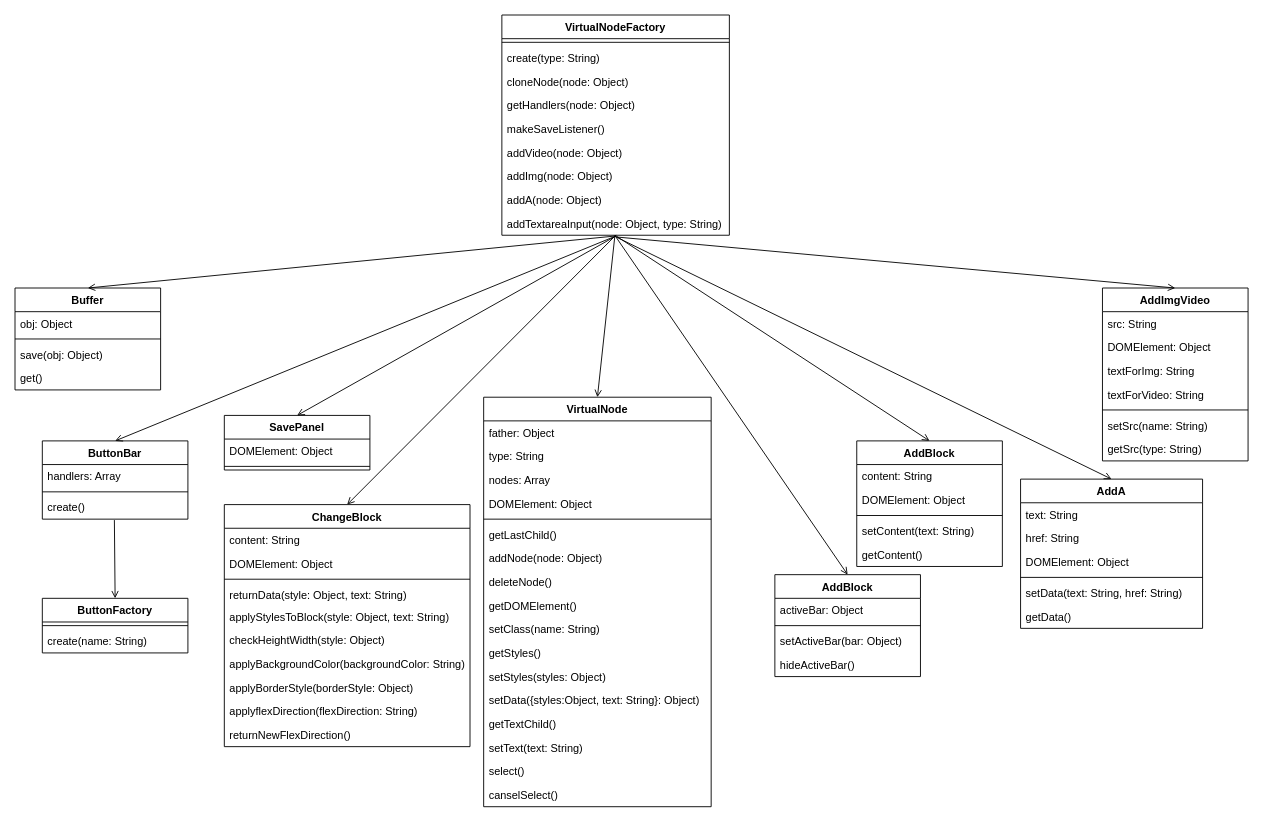
Above: Схемки/Диаграммы классов.drawio in Alex8157/website-builder (draw.io), before the change. Source tidied: cells renumbered, new cells numbered last; positions are measured from the earlier drawing's top-left corner, leaving out a move shared by most shapes. Both pictures are drawn from the tidied source at 91%, with x=0, y=0 at pixel (15, 15).
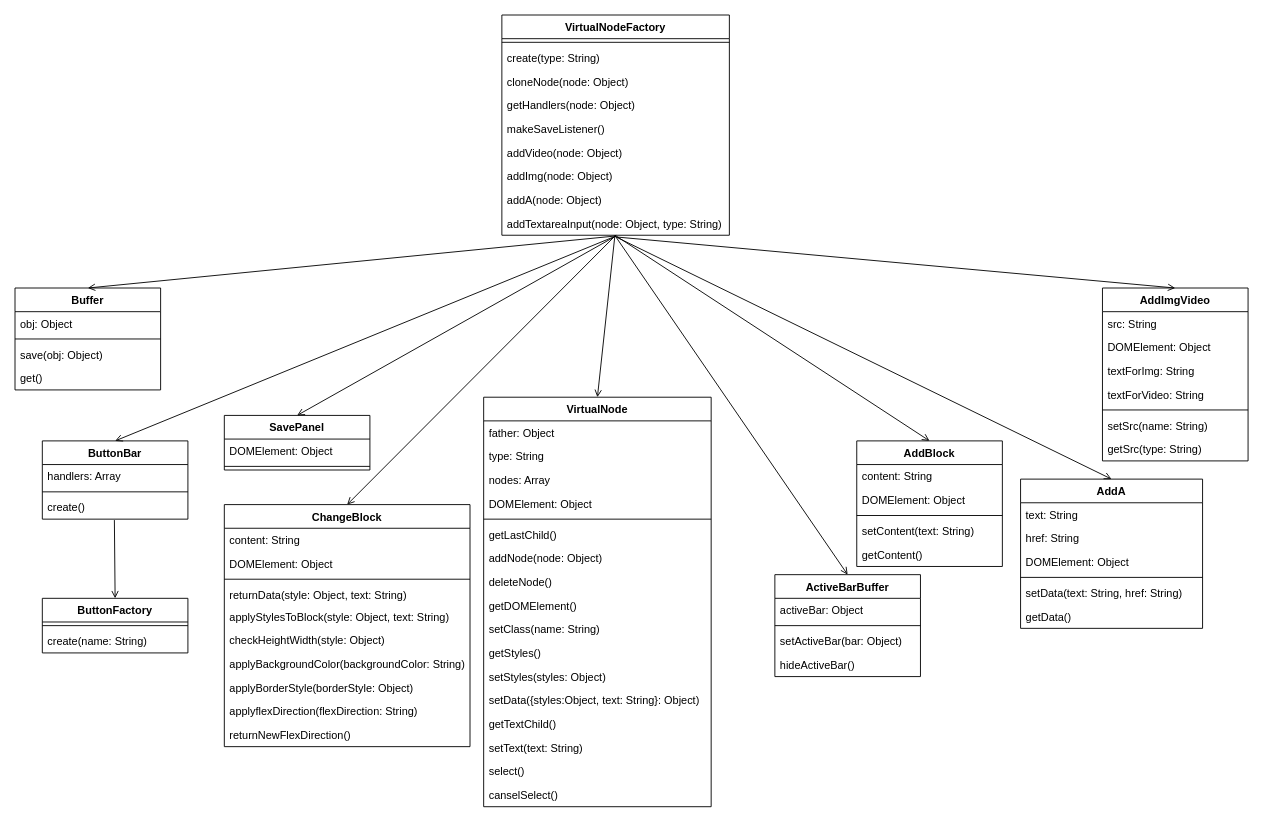
Above is the later version.

The edit, as a diff of the source:
```diff
@@
-    <mxCell id="78" value="AddBlock" style="swimlane;fontStyle=1;align=center;verticalAlign=top;horizontal=1;startSize=26;" parent="1" vertex="1">
+    <mxCell id="78" value="ActiveBarBuffer" style="swimlane;fontStyle=1;align=center;verticalAlign=top;horizontal=1;startSize=26;" parent="1" vertex="1">
       <mxGeometry x="835" y="615" width="160" height="112" as="geometry" />
     </mxCell>
```
